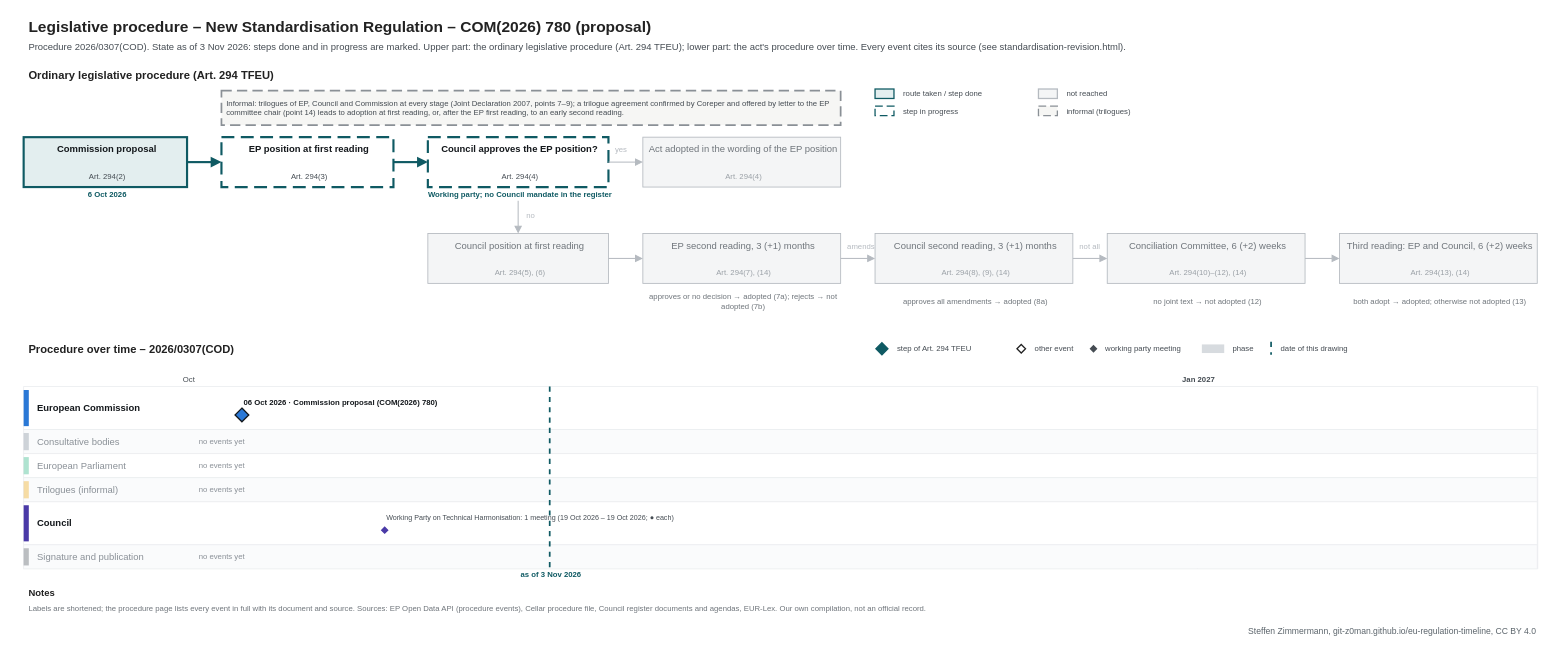
Before: procedures/standardisation-revision.drawio in git-z0man/eu-regulation-timeline, a draw.io diagram. Source tidied: cells renumbered, new cells numbered last; positions are measured from the earlier drawing's top-left corner, leaving out a move shared by most shapes. Both pictures are drawn from the tidied source at 86%, with x=0, y=0 at pixel (15, 15).
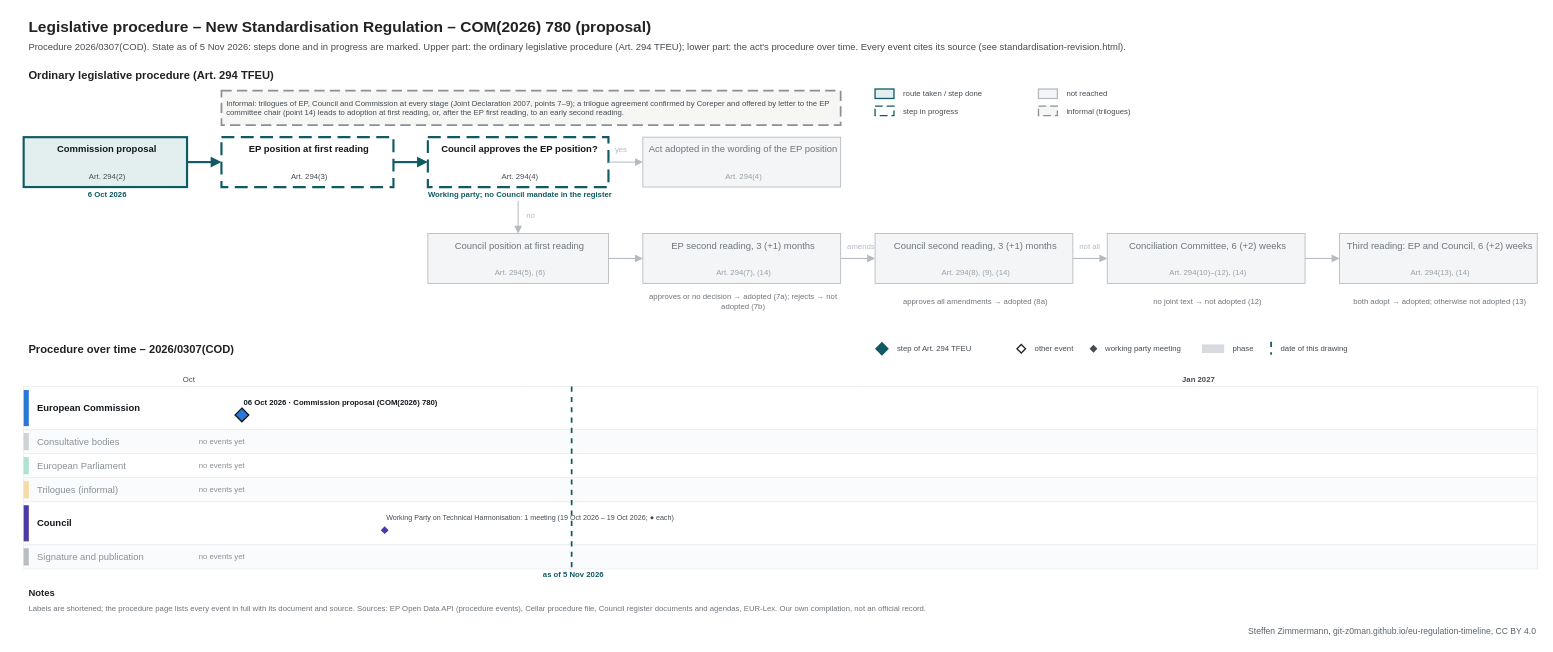
The same page after the edit.

The edit, as a diff of the source:
```diff
@@
-    <mxCell id="3" value="Procedure 2026/0307(COD). State as of 3 Nov 2026: steps done and in progress are marked. Upper part: the ordinary legislative procedure (Art. 294 TFEU); lower part: the act's procedure over time. Every event cites its source (see standardisation-revision.html)." style="text;html=1;fontSize=11;fontColor=#454c53;align=left;verticalAlign=middle;spacingLeft=4;" parent="1" vertex="1">
+    <mxCell id="3" value="Procedure 2026/0307(COD). State as of 5 Nov 2026: steps done and in progress are marked. Upper part: the ordinary legislative procedure (Art. 294 TFEU); lower part: the act's procedure over time. Every event cites its source (see standardisation-revision.html)." style="text;html=1;fontSize=11;fontColor=#454c53;align=left;verticalAlign=middle;spacingLeft=4;" parent="1" vertex="1">
       <mxGeometry x="10" y="28" width="1700" height="18" as="geometry" />
     </mxCell>
@@
     <mxCell id="100" style="line;html=1;strokeWidth=2;strokeColor=#0f5a63;direction=south;dashed=1;" parent="1" vertex="1">
-      <mxGeometry x="621.2" y="432" width="1" height="212" as="geometry" />
+      <mxGeometry x="646.7" y="432" width="1" height="212" as="geometry" />
     </mxCell>
-    <mxCell id="101" value="as of 3 Nov 2026" style="text;html=1;fontSize=9;fontColor=#0f5a63;align=center;verticalAlign=middle;spacingLeft=4;fontStyle=1;" parent="1" vertex="1">
-      <mxGeometry x="561.2" y="645" width="120" height="12" as="geometry" />
+    <mxCell id="101" value="as of 5 Nov 2026" style="text;html=1;fontSize=9;fontColor=#0f5a63;align=center;verticalAlign=middle;spacingLeft=4;fontStyle=1;" parent="1" vertex="1">
+      <mxGeometry x="586.7" y="645" width="120" height="12" as="geometry" />
     </mxCell>
```
